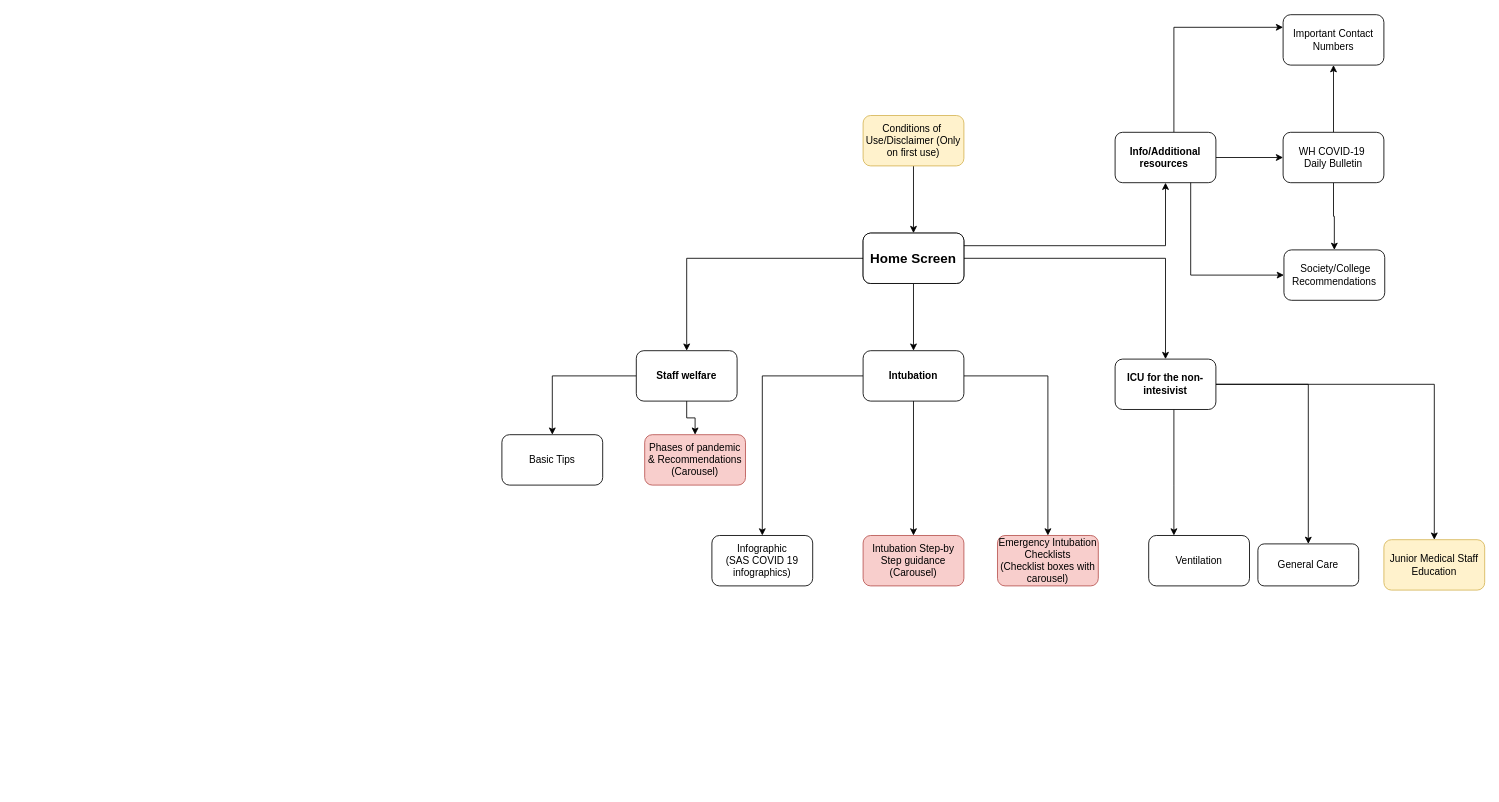
This is UXflowchart_WHCovid19.drawio from Western-Health-Covid19-Collaboration/source-documents, a draw.io file, before an edit. Source tidied: cells renumbered, new cells numbered last; positions are measured from the earlier drawing's top-left corner, leaving out a move shared by most shapes. Both pictures are drawn from the tidied source at 84%, with x=0, y=0 at pixel (501, 14).
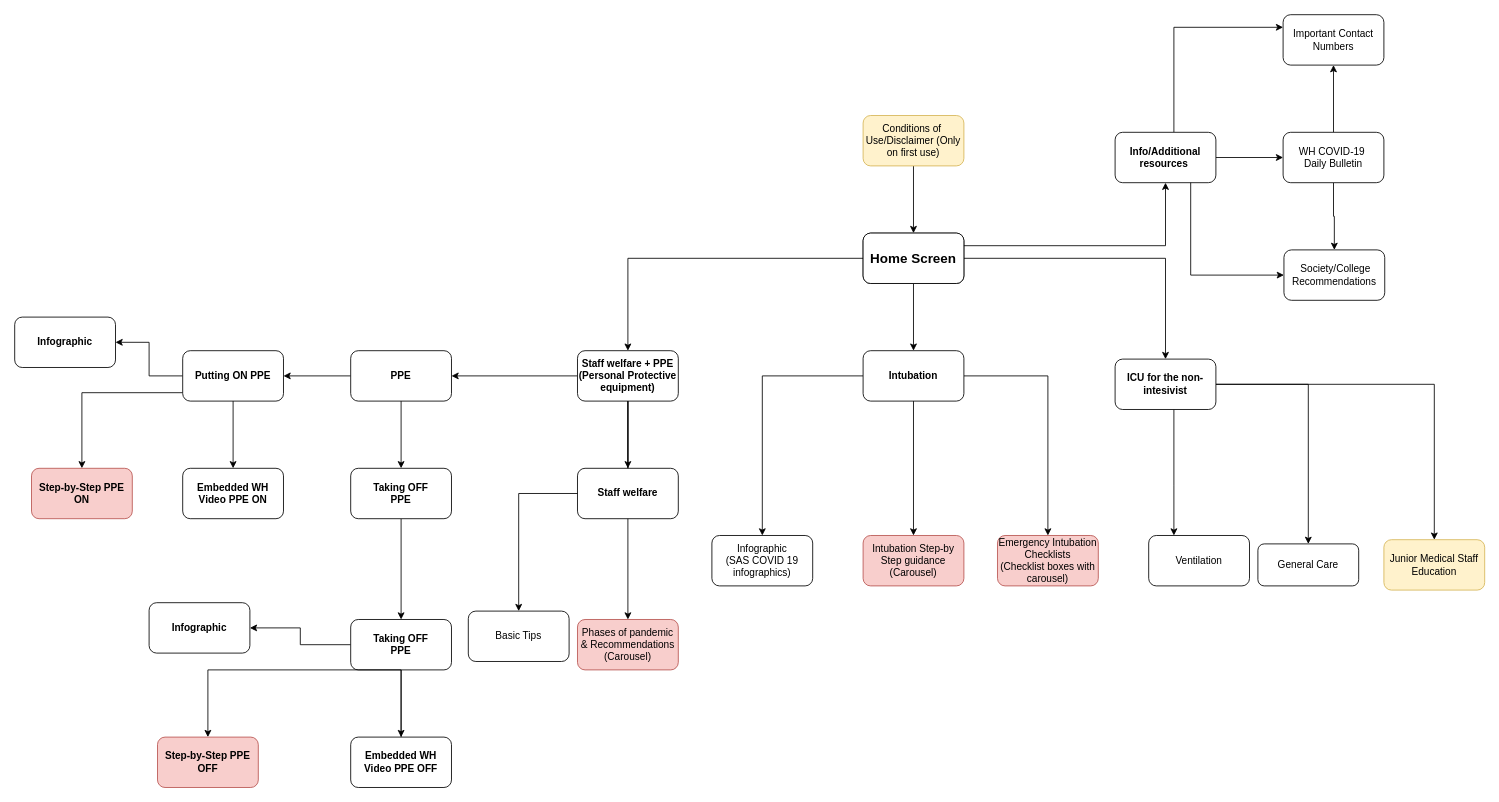
The same page after the edit.

Change to the diagram source:
```diff
@@
     <mxCell id="22" style="edgeStyle=orthogonalEdgeStyle;rounded=0;jettySize=auto;html=1;" parent="1" edge="1" source="24" target="26">
-      <mxGeometry relative="1" as="geometry" />
+      <mxGeometry relative="1" as="geometry">
+        <Array as="points">
+          <mxPoint x="150" y="570" />
+          <mxPoint x="20" y="570" />
+        </Array>
+      </mxGeometry>
     </mxCell>
@@
+    <mxCell id="38" style="edgeStyle=orthogonalEdgeStyle;rounded=0;jettySize=auto;html=1;" parent="1" edge="1" source="24" target="59">
+      <mxGeometry relative="1" as="geometry" />
+    </mxCell>
+    <mxCell id="39" style="edgeStyle=orthogonalEdgeStyle;rounded=0;jettySize=auto;html=1;" parent="1" edge="1" source="24" target="42">
+      <mxGeometry relative="1" as="geometry" />
+    </mxCell>
-    <mxCell id="24" value="&lt;b&gt;Staff welfare&lt;/b&gt;" style="rounded=1;whiteSpace=wrap;html=1;" parent="1" vertex="1">
-      <mxGeometry x="160" y="400" width="120" height="60" as="geometry" />
+    <mxCell id="24" value="&lt;b&gt;Staff welfare + PPE (Personal Protective equipment)&lt;/b&gt;" style="rounded=1;whiteSpace=wrap;html=1;" parent="1" vertex="1">
+      <mxGeometry x="90" y="400" width="120" height="60" as="geometry" />
     </mxCell>
+    <mxCell id="40" style="edgeStyle=orthogonalEdgeStyle;rounded=0;jettySize=auto;html=1;" parent="1" edge="1" source="42" target="55">
+      <mxGeometry relative="1" as="geometry" />
+    </mxCell>
+    <mxCell id="41" style="edgeStyle=orthogonalEdgeStyle;rounded=0;jettySize=auto;html=1;" parent="1" edge="1" source="42" target="44">
+      <mxGeometry relative="1" as="geometry" />
+    </mxCell>
+    <mxCell id="42" value="&lt;b&gt;PPE&lt;/b&gt;" style="rounded=1;whiteSpace=wrap;html=1;" parent="1" vertex="1">
+      <mxGeometry x="-180" y="400" width="120" height="60" as="geometry" />
+    </mxCell>
+    <mxCell id="43" style="edgeStyle=orthogonalEdgeStyle;rounded=0;jettySize=auto;html=1;" parent="1" edge="1" source="44" target="47">
+      <mxGeometry relative="1" as="geometry" />
+    </mxCell>
+    <mxCell id="44" value="&lt;b&gt;Taking OFF &lt;br&gt;PPE&lt;/b&gt;" style="rounded=1;whiteSpace=wrap;html=1;" parent="1" vertex="1">
+      <mxGeometry x="-180" y="540" width="120" height="60" as="geometry" />
+    </mxCell>
+    <mxCell id="45" style="edgeStyle=orthogonalEdgeStyle;rounded=0;jettySize=auto;html=1;" parent="1" edge="1" source="47" target="50">
+      <mxGeometry relative="1" as="geometry" />
+    </mxCell>
+    <mxCell id="46" style="edgeStyle=orthogonalEdgeStyle;rounded=0;jettySize=auto;html=1;" parent="1" edge="1" source="47" target="48">
+      <mxGeometry relative="1" as="geometry" />
+    </mxCell>
+    <mxCell id="47" value="&lt;b&gt;Taking OFF &lt;br&gt;PPE&lt;/b&gt;" style="rounded=1;whiteSpace=wrap;html=1;" parent="1" vertex="1">
+      <mxGeometry x="-180" y="720" width="120" height="60" as="geometry" />
+    </mxCell>
+    <mxCell id="48" value="&lt;b&gt;Infographic&lt;/b&gt;" style="rounded=1;whiteSpace=wrap;html=1;" parent="1" vertex="1">
+      <mxGeometry x="-420" y="700" width="120" height="60" as="geometry" />
+    </mxCell>
+    <mxCell id="49" style="edgeStyle=orthogonalEdgeStyle;rounded=0;jettySize=auto;html=1;" parent="1" edge="1" source="50" target="51">
+      <mxGeometry relative="1" as="geometry">
+        <Array as="points">
+          <mxPoint x="-120" y="780" />
+          <mxPoint x="-350" y="780" />
+        </Array>
+      </mxGeometry>
+    </mxCell>
+    <mxCell id="50" value="&lt;b&gt;Embedded WH Video PPE OFF&lt;/b&gt;" style="rounded=1;whiteSpace=wrap;html=1;" parent="1" vertex="1">
+      <mxGeometry x="-180" y="860" width="120" height="60" as="geometry" />
+    </mxCell>
+    <mxCell id="51" value="&lt;b&gt;Step-by-Step PPE OFF&lt;/b&gt;" style="rounded=1;whiteSpace=wrap;html=1;fillColor=#f8cecc;strokeColor=#b85450;" parent="1" vertex="1">
+      <mxGeometry x="-410" y="860" width="120" height="60" as="geometry" />
+    </mxCell>
+    <mxCell id="52" style="edgeStyle=orthogonalEdgeStyle;rounded=0;jettySize=auto;html=1;" parent="1" edge="1" source="55" target="58">
+      <mxGeometry relative="1" as="geometry" />
+    </mxCell>
+    <mxCell id="53" style="edgeStyle=orthogonalEdgeStyle;rounded=0;jettySize=auto;html=1;" parent="1" edge="1" source="55" target="57">
+      <mxGeometry relative="1" as="geometry" />
+    </mxCell>
+    <mxCell id="54" style="edgeStyle=orthogonalEdgeStyle;rounded=0;jettySize=auto;html=1;" parent="1" edge="1" source="55" target="56">
+      <mxGeometry relative="1" as="geometry">
+        <Array as="points">
+          <mxPoint x="-320" y="450" />
+          <mxPoint x="-420" y="450" />
+        </Array>
+      </mxGeometry>
+    </mxCell>
+    <mxCell id="55" value="&lt;b&gt;Putting ON PPE&lt;/b&gt;" style="rounded=1;whiteSpace=wrap;html=1;" parent="1" vertex="1">
+      <mxGeometry x="-380" y="400" width="120" height="60" as="geometry" />
+    </mxCell>
+    <mxCell id="56" value="&lt;b&gt;Step-by-Step PPE ON&lt;/b&gt;" style="rounded=1;whiteSpace=wrap;html=1;fillColor=#f8cecc;strokeColor=#b85450;" parent="1" vertex="1">
+      <mxGeometry x="-560" y="540" width="120" height="60" as="geometry" />
+    </mxCell>
+    <mxCell id="57" value="&lt;b&gt;Embedded WH Video PPE ON&lt;/b&gt;" style="rounded=1;whiteSpace=wrap;html=1;" parent="1" vertex="1">
+      <mxGeometry x="-380" y="540" width="120" height="60" as="geometry" />
+    </mxCell>
+    <mxCell id="58" value="&lt;b&gt;Infographic&lt;/b&gt;" style="rounded=1;whiteSpace=wrap;html=1;" parent="1" vertex="1">
+      <mxGeometry x="-580" y="360" width="120" height="60" as="geometry" />
+    </mxCell>
+    <mxCell id="59" value="&lt;b&gt;Staff welfare&lt;/b&gt;" style="rounded=1;whiteSpace=wrap;html=1;" parent="1" vertex="1">
+      <mxGeometry x="90" y="540" width="120" height="60" as="geometry" />
+    </mxCell>
     <mxCell id="25" value="Phases of pandemic &amp;amp; Recommendations (Carousel)" style="rounded=1;whiteSpace=wrap;html=1;fillColor=#f8cecc;strokeColor=#b85450;" parent="1" vertex="1">
-      <mxGeometry x="170" y="500" width="120" height="60" as="geometry" />
+      <mxGeometry x="90" y="720" width="120" height="60" as="geometry" />
     </mxCell>
     <mxCell id="26" value="Basic Tips" style="rounded=1;whiteSpace=wrap;html=1;" parent="1" vertex="1">
-      <mxGeometry y="500" width="120" height="60" as="geometry" />
+      <mxGeometry x="-40" y="710" width="120" height="60" as="geometry" />
     </mxCell>
```
